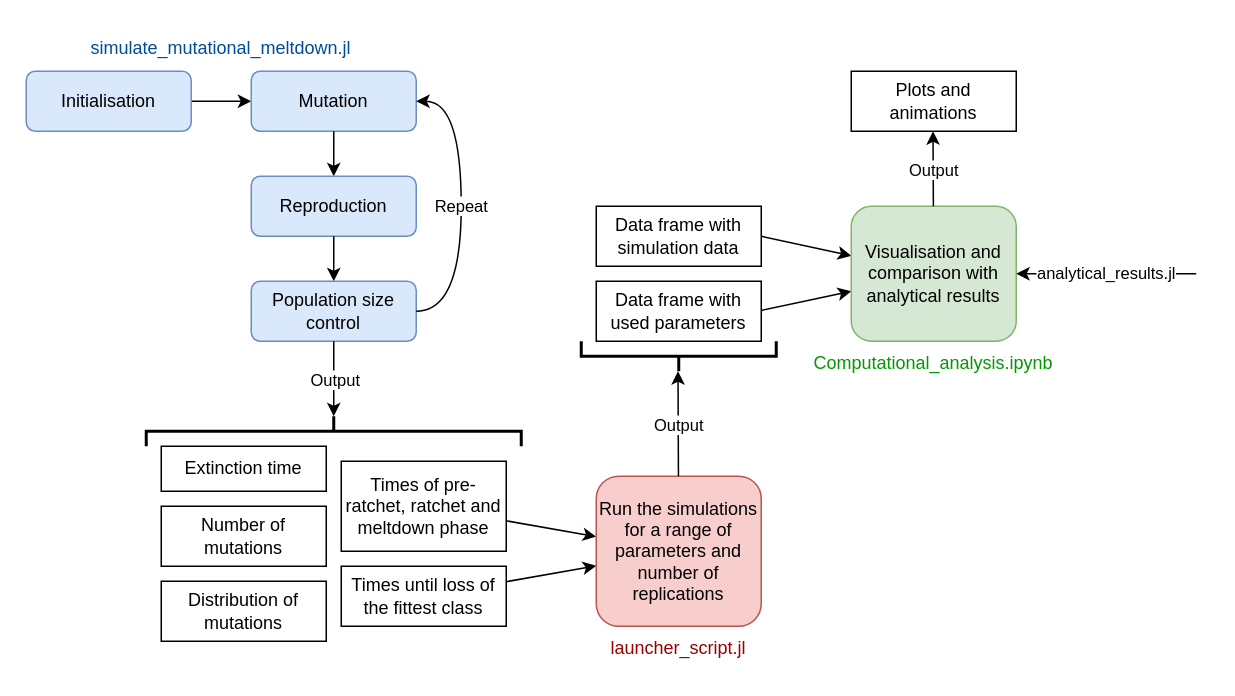
LucyL-J/Time-to-mutational-meltdown keeps this draw.io diagram as Flowchart.drawio. Above is the earlier version. Source tidied: cells renumbered, new cells numbered last; positions are measured from the earlier drawing's top-left corner, leaving out a move shared by most shapes. Both pictures are drawn from the tidied source at 150%, with x=0, y=0 at pixel (26, 26).
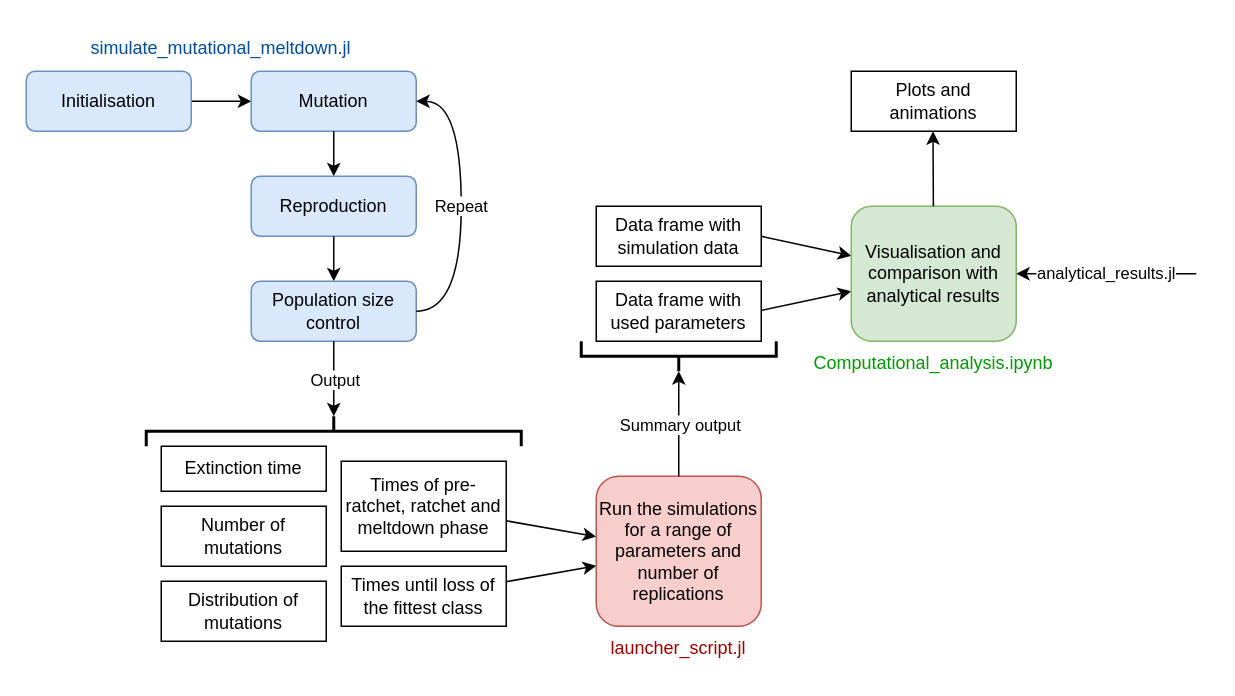
The same page after the edit.

Commit message:
Output from launcher script are summary statistics

The change refers to these unchanged cells:
```xml
<mxCell id="19" value="Run the simulations for a range of parameters and number of replications" style="rounded=1;whiteSpace=wrap;html=1;fillColor=#f8cecc;strokeColor=#b85450;" parent="1" vertex="1">
  <mxGeometry x="380" y="300" width="110" height="100" as="geometry" />
</mxCell>
<mxCell id="30" style="endArrow=classic;html=1;rounded=0;" parent="1" edge="1" source="27">
  <mxGeometry relative="1" as="geometry">
    <mxPoint x="604.5" y="70" as="targetPoint" />
  </mxGeometry>
</mxCell>
```

Diff of the diagram source:
```diff
@@
-    <mxCell id="20" style="endArrow=classic;html=1;rounded=0;" parent="1" edge="1" source="19">
-      <mxGeometry relative="1" as="geometry">
-        <mxPoint x="434.5" y="230" as="targetPoint" />
-      </mxGeometry>
-    </mxCell>
-    <mxCell id="21" value="Output" style="edgeLabel;html=1;align=center;verticalAlign=middle;" parent="20" vertex="1">
-      <mxGeometry relative="1" as="geometry" />
-    </mxCell>
@@
-    <mxCell id="31" value="Output" style="edgeLabel;html=1;align=center;verticalAlign=middle;" parent="30" vertex="1">
-      <mxGeometry relative="1" as="geometry" />
-    </mxCell>
@@
+    <mxCell id="36" style="endArrow=classic;html=1;rounded=0;" parent="1" edge="1" source="19">
+      <mxGeometry relative="1" as="geometry">
+        <mxPoint x="435" y="230" as="targetPoint" />
+      </mxGeometry>
+    </mxCell>
+    <mxCell id="37" value="Summary output" style="edgeLabel;html=1;align=center;verticalAlign=middle;" parent="36" vertex="1">
+      <mxGeometry relative="1" as="geometry" />
+    </mxCell>
```
